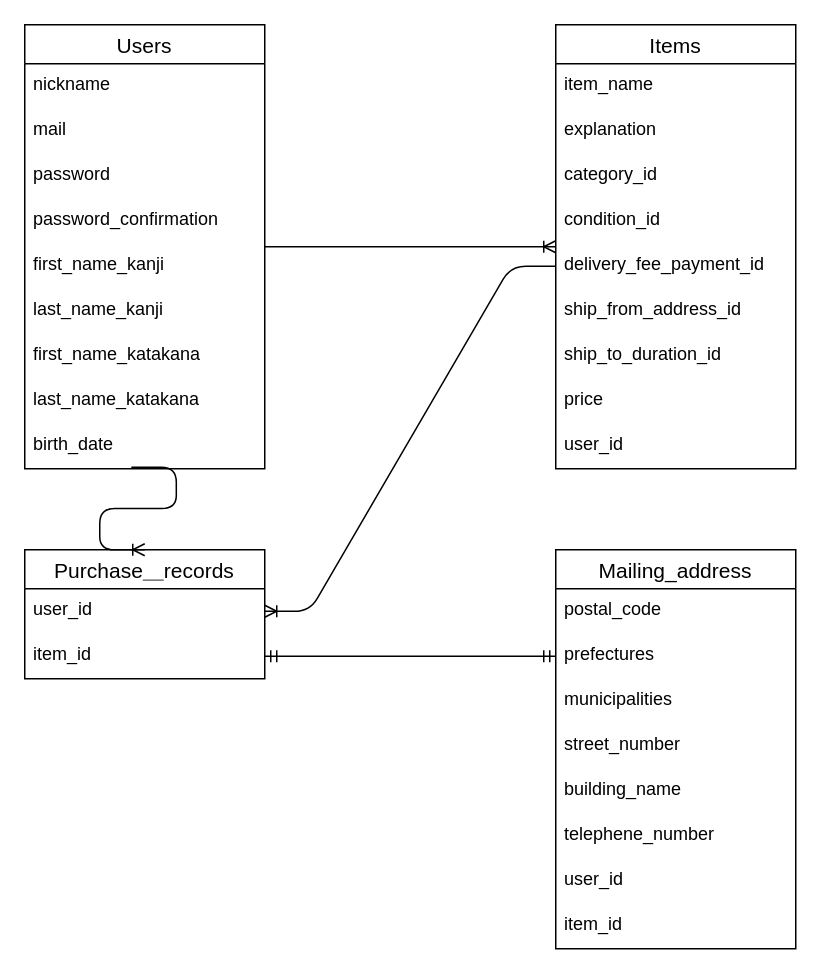
Above: er_illustration.dio in Lubellum/furima-36670 (draw.io), before the change. Source tidied: cells renumbered, new cells numbered last; positions are measured from the earlier drawing's top-left corner, leaving out a move shared by most shapes. Both pictures are drawn from the tidied source at 150%, with x=0, y=0 at pixel (24, 24).
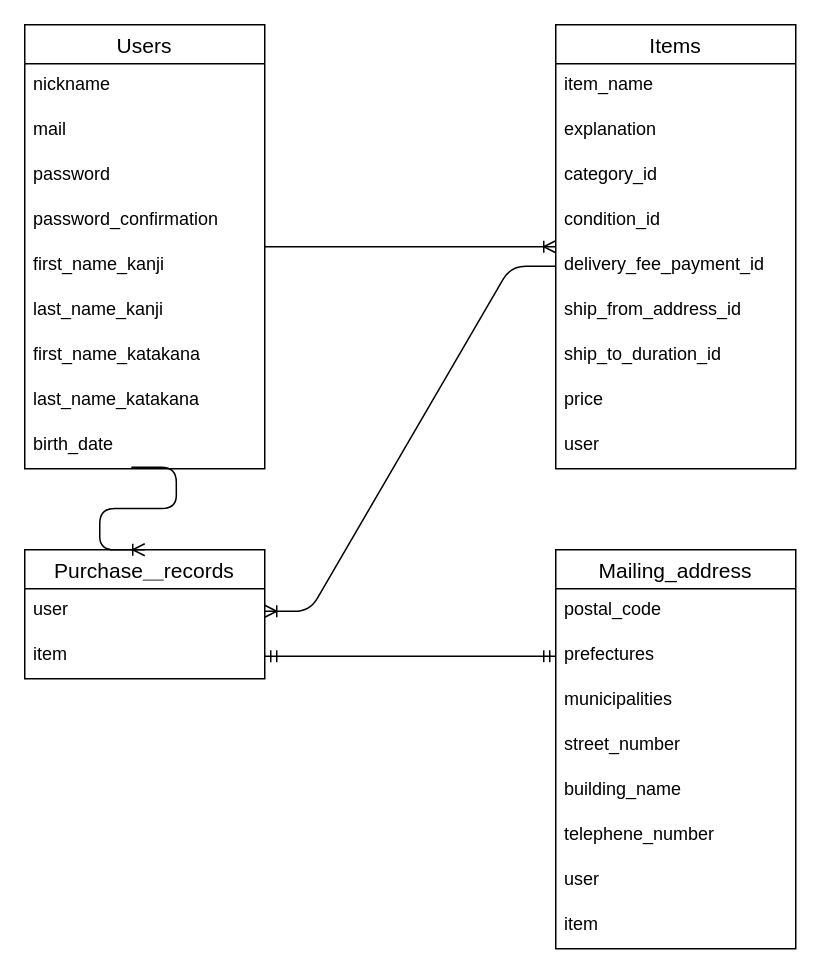
The same diagram, later.

Commit message:
ER図のカラム名を修正

The change refers to these unchanged cells:
```xml
<mxCell id="12" value="Items" style="swimlane;fontStyle=0;horizontal=1;startSize=26;align=center;fontSize=14;" parent="1" vertex="1">
  <mxGeometry x="354" width="160" height="296" as="geometry" />
</mxCell>
<mxCell id="23" value="Mailing_address" style="swimlane;fontStyle=0;horizontal=1;startSize=26;align=center;fontSize=14;" parent="1" vertex="1">
  <mxGeometry x="354" y="350" width="160" height="266" as="geometry" />
</mxCell>
<mxCell id="32" value="Purchase＿records" style="swimlane;fontStyle=0;horizontal=1;startSize=26;align=center;fontSize=14;" parent="1" vertex="1">
  <mxGeometry y="350" width="160" height="86" as="geometry" />
</mxCell>
```

Change to the diagram source:
```diff
@@
-    <mxCell id="21" value="user_id" style="text;strokeColor=none;fillColor=none;spacingLeft=4;spacingRight=4;overflow=hidden;fontSize=12;" parent="12" vertex="1">
+    <mxCell id="21" value="user" style="text;strokeColor=none;fillColor=none;spacingLeft=4;spacingRight=4;overflow=hidden;fontSize=12;" parent="12" vertex="1">
       <mxGeometry y="266" width="160" height="30" as="geometry" />
     </mxCell>
@@
-    <mxCell id="30" value="user_id" style="text;strokeColor=none;fillColor=none;spacingLeft=4;spacingRight=4;overflow=hidden;fontSize=12;" parent="23" vertex="1">
+    <mxCell id="30" value="user" style="text;strokeColor=none;fillColor=none;spacingLeft=4;spacingRight=4;overflow=hidden;fontSize=12;" parent="23" vertex="1">
       <mxGeometry y="206" width="160" height="30" as="geometry" />
     </mxCell>
-    <mxCell id="31" value="item_id" style="text;strokeColor=none;fillColor=none;spacingLeft=4;spacingRight=4;overflow=hidden;fontSize=12;" parent="23" vertex="1">
+    <mxCell id="31" value="item" style="text;strokeColor=none;fillColor=none;spacingLeft=4;spacingRight=4;overflow=hidden;fontSize=12;" parent="23" vertex="1">
       <mxGeometry y="236" width="160" height="30" as="geometry" />
     </mxCell>
@@
-    <mxCell id="33" value="user_id" style="text;strokeColor=none;fillColor=none;spacingLeft=4;spacingRight=4;overflow=hidden;points=[[0,0.5],[1,0.5]];portConstraint=eastwest;fontSize=12;" parent="32" vertex="1">
+    <mxCell id="33" value="user" style="text;strokeColor=none;fillColor=none;spacingLeft=4;spacingRight=4;overflow=hidden;points=[[0,0.5],[1,0.5]];portConstraint=eastwest;fontSize=12;" parent="32" vertex="1">
       <mxGeometry y="26" width="160" height="30" as="geometry" />
     </mxCell>
-    <mxCell id="34" value="item_id" style="text;strokeColor=none;fillColor=none;spacingLeft=4;spacingRight=4;overflow=hidden;points=[[0,0.5],[1,0.5]];portConstraint=eastwest;fontSize=12;" parent="32" vertex="1">
+    <mxCell id="34" value="item" style="text;strokeColor=none;fillColor=none;spacingLeft=4;spacingRight=4;overflow=hidden;points=[[0,0.5],[1,0.5]];portConstraint=eastwest;fontSize=12;" parent="32" vertex="1">
       <mxGeometry y="56" width="160" height="30" as="geometry" />
     </mxCell>
```
